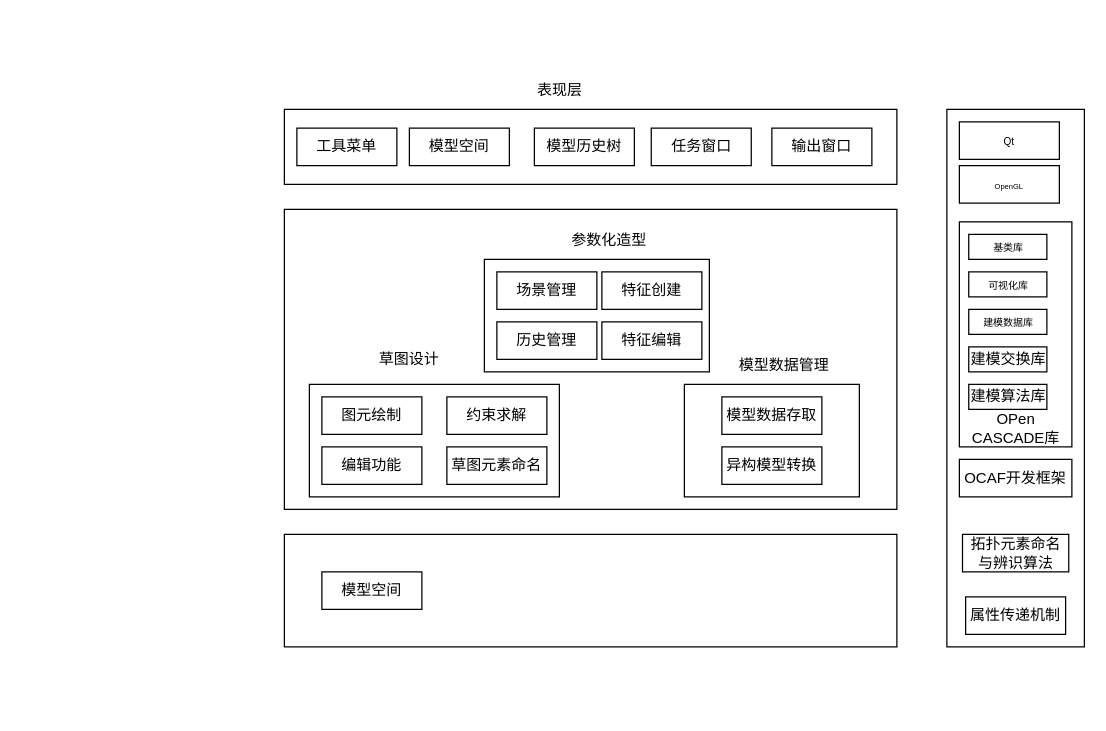
liuhuliuhu123/First-test keeps this draw.io diagram as 系统分层架构图.drawio. Above is the earlier version. Source tidied: cells renumbered, new cells numbered last; positions are measured from the earlier drawing's top-left corner, leaving out a move shared by most shapes. Both pictures are drawn from the tidied source at 125%, with x=0, y=0 at pixel (284, 71).
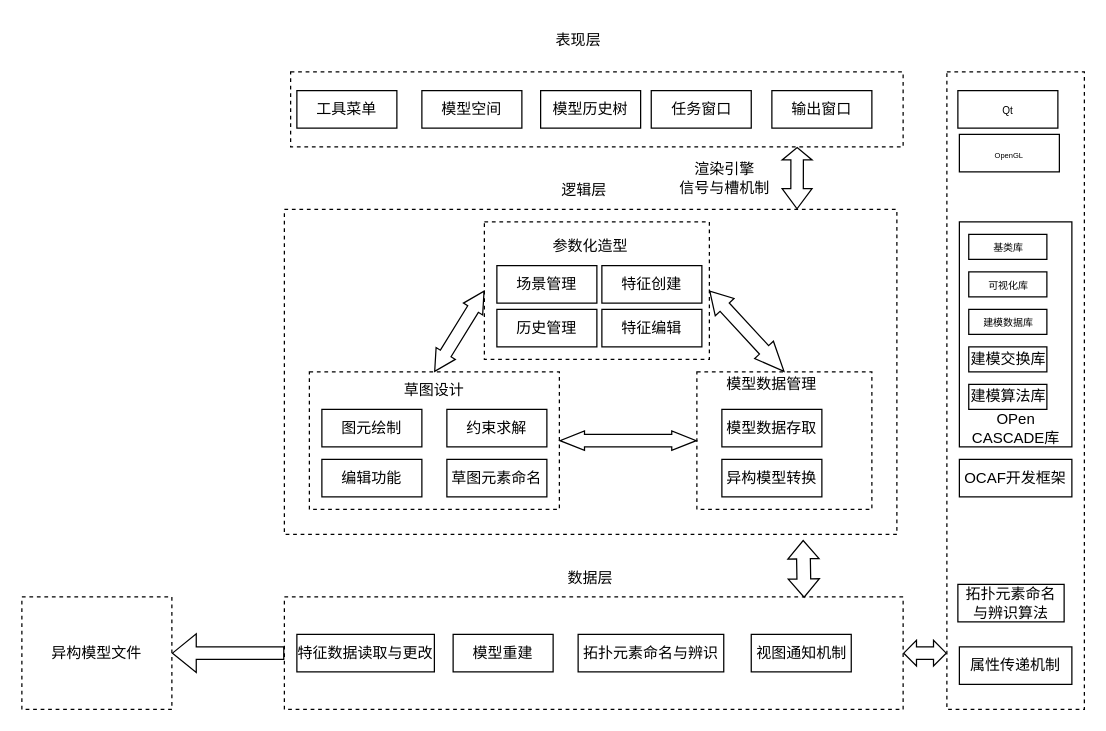
Above is the later version.

Commit message (it also covers changes not shown here):
更新系统分层架构图.drawio

Unchanged cells that the change refers to:
```xml
<mxCell id="34" value="OCAF开发框架" style="rounded=0;whiteSpace=wrap;html=1;" parent="1" vertex="1">
  <mxGeometry x="540" y="310" width="90" height="30" as="geometry" />
</mxCell>
```

The edit, as a diff of the source:
```diff
@@
-    <mxCell id="2" style="rounded=0;whiteSpace=wrap;html=1;" parent="1" vertex="1">
-      <mxGeometry y="30" width="490" height="60" as="geometry" />
+    <mxCell id="2" style="rounded=0;whiteSpace=wrap;html=1;dashed=1;" parent="1" vertex="1">
+      <mxGeometry x="5" width="490" height="60" as="geometry" />
     </mxCell>
-    <mxCell id="3" style="rounded=0;whiteSpace=wrap;html=1;" parent="1" vertex="1">
-      <mxGeometry y="110" width="490" height="240" as="geometry" />
+    <mxCell id="3" style="rounded=0;whiteSpace=wrap;html=1;dashed=1;" parent="1" vertex="1">
+      <mxGeometry y="110" width="490" height="260" as="geometry" />
     </mxCell>
-    <mxCell id="4" style="rounded=0;whiteSpace=wrap;html=1;" parent="1" vertex="1">
-      <mxGeometry y="370" width="490" height="90" as="geometry" />
+    <mxCell id="4" style="rounded=0;whiteSpace=wrap;html=1;dashed=1;" parent="1" vertex="1">
+      <mxGeometry y="420" width="495" height="90" as="geometry" />
     </mxCell>
     <mxCell id="5" value="工具菜单" style="rounded=0;whiteSpace=wrap;html=1;" parent="1" vertex="1">
-      <mxGeometry x="10" y="45" width="80" height="30" as="geometry" />
+      <mxGeometry x="10" y="15" width="80" height="30" as="geometry" />
     </mxCell>
     <mxCell id="6" value="模型空间" style="rounded=0;whiteSpace=wrap;html=1;" parent="1" vertex="1">
-      <mxGeometry x="100" y="45" width="80" height="30" as="geometry" />
+      <mxGeometry x="110" y="15" width="80" height="30" as="geometry" />
     </mxCell>
     <mxCell id="7" value="模型历史树" style="rounded=0;whiteSpace=wrap;html=1;" parent="1" vertex="1">
-      <mxGeometry x="200" y="45" width="80" height="30" as="geometry" />
+      <mxGeometry x="205" y="15" width="80" height="30" as="geometry" />
     </mxCell>
     <mxCell id="8" value="输出窗口" style="rounded=0;whiteSpace=wrap;html=1;" parent="1" vertex="1">
-      <mxGeometry x="390" y="45" width="80" height="30" as="geometry" />
+      <mxGeometry x="390" y="15" width="80" height="30" as="geometry" />
     </mxCell>
     <mxCell id="9" value="任务窗口" style="rounded=0;whiteSpace=wrap;html=1;" parent="1" vertex="1">
-      <mxGeometry x="293.5" y="45" width="80" height="30" as="geometry" />
+      <mxGeometry x="293.5" y="15" width="80" height="30" as="geometry" />
     </mxCell>
-    <mxCell id="10" value="表现层" style="text;html=1;align=center;verticalAlign=middle;strokeColor=none;fillColor=none;" parent="1" vertex="1">
-      <mxGeometry x="190" width="60" height="30" as="geometry" />
+    <mxCell id="10" value="&lt;font style=&quot;font-size: 12px;&quot;&gt;表现&lt;/font&gt;层" style="text;html=1;align=center;verticalAlign=middle;strokeColor=none;fillColor=none;" parent="1" vertex="1">
+      <mxGeometry x="205" y="-40" width="60" height="30" as="geometry" />
     </mxCell>
-    <mxCell id="11" style="rounded=0;whiteSpace=wrap;html=1;" parent="1" vertex="1">
-      <mxGeometry x="160" y="150" width="180" height="90" as="geometry" />
+    <mxCell id="11" style="rounded=0;whiteSpace=wrap;html=1;dashed=1;" parent="1" vertex="1">
+      <mxGeometry x="160" y="120" width="180" height="110" as="geometry" />
     </mxCell>
     <mxCell id="12" value="场景管理" style="rounded=0;whiteSpace=wrap;html=1;" parent="1" vertex="1">
-      <mxGeometry x="170" y="160" width="80" height="30" as="geometry" />
+      <mxGeometry x="170" y="155" width="80" height="30" as="geometry" />
     </mxCell>
     <mxCell id="13" value="历史管理" style="rounded=0;whiteSpace=wrap;html=1;" parent="1" vertex="1">
-      <mxGeometry x="170" y="200" width="80" height="30" as="geometry" />
+      <mxGeometry x="170" y="190" width="80" height="30" as="geometry" />
     </mxCell>
     <mxCell id="14" value="特征创建" style="rounded=0;whiteSpace=wrap;html=1;" parent="1" vertex="1">
-      <mxGeometry x="254" y="160" width="80" height="30" as="geometry" />
+      <mxGeometry x="254" y="155" width="80" height="30" as="geometry" />
     </mxCell>
     <mxCell id="15" value="特征编辑" style="rounded=0;whiteSpace=wrap;html=1;" parent="1" vertex="1">
-      <mxGeometry x="254" y="200" width="80" height="30" as="geometry" />
+      <mxGeometry x="254" y="190" width="80" height="30" as="geometry" />
     </mxCell>
-    <mxCell id="16" style="rounded=0;whiteSpace=wrap;html=1;" parent="1" vertex="1">
-      <mxGeometry x="20" y="250" width="200" height="90" as="geometry" />
+    <mxCell id="16" style="rounded=0;whiteSpace=wrap;html=1;dashed=1;" parent="1" vertex="1">
+      <mxGeometry x="20" y="240" width="200" height="110" as="geometry" />
     </mxCell>
-    <mxCell id="17" style="rounded=0;whiteSpace=wrap;html=1;" parent="1" vertex="1">
-      <mxGeometry x="320" y="250" width="140" height="90" as="geometry" />
+    <mxCell id="17" style="rounded=0;whiteSpace=wrap;html=1;dashed=1;" parent="1" vertex="1">
+      <mxGeometry x="330" y="240" width="140" height="110" as="geometry" />
     </mxCell>
     <mxCell id="18" value="图元绘制" style="rounded=0;whiteSpace=wrap;html=1;" parent="1" vertex="1">
-      <mxGeometry x="30" y="260" width="80" height="30" as="geometry" />
+      <mxGeometry x="30" y="270" width="80" height="30" as="geometry" />
     </mxCell>
     <mxCell id="19" value="约束求解" style="rounded=0;whiteSpace=wrap;html=1;" parent="1" vertex="1">
-      <mxGeometry x="130" y="260" width="80" height="30" as="geometry" />
+      <mxGeometry x="130" y="270" width="80" height="30" as="geometry" />
     </mxCell>
     <mxCell id="20" value="编辑功能" style="rounded=0;whiteSpace=wrap;html=1;" parent="1" vertex="1">
-      <mxGeometry x="30" y="300" width="80" height="30" as="geometry" />
+      <mxGeometry x="30" y="310" width="80" height="30" as="geometry" />
     </mxCell>
     <mxCell id="21" value="草图元素命名" style="rounded=0;whiteSpace=wrap;html=1;" parent="1" vertex="1">
-      <mxGeometry x="130" y="300" width="80" height="30" as="geometry" />
+      <mxGeometry x="130" y="310" width="80" height="30" as="geometry" />
     </mxCell>
     <mxCell id="22" value="模型数据存取" style="rounded=0;whiteSpace=wrap;html=1;" parent="1" vertex="1">
-      <mxGeometry x="350" y="260" width="80" height="30" as="geometry" />
+      <mxGeometry x="350" y="270" width="80" height="30" as="geometry" />
     </mxCell>
     <mxCell id="23" value="异构模型转换" style="rounded=0;whiteSpace=wrap;html=1;" parent="1" vertex="1">
-      <mxGeometry x="350" y="300" width="80" height="30" as="geometry" />
+      <mxGeometry x="350" y="310" width="80" height="30" as="geometry" />
     </mxCell>
-    <mxCell id="24" value="模型空间" style="rounded=0;whiteSpace=wrap;html=1;" parent="1" vertex="1">
-      <mxGeometry x="30" y="400" width="80" height="30" as="geometry" />
-    </mxCell>
-    <mxCell id="25" style="rounded=0;whiteSpace=wrap;html=1;" parent="1" vertex="1">
-      <mxGeometry x="530" y="30" width="110" height="430" as="geometry" />
+    <mxCell id="25" style="rounded=0;whiteSpace=wrap;html=1;dashed=1;" parent="1" vertex="1">
+      <mxGeometry x="530" width="110" height="510" as="geometry" />
     </mxCell>
     <mxCell id="26" value="&lt;font style=&quot;font-size: 8px;&quot;&gt;Qt&lt;/font&gt;" style="rounded=0;whiteSpace=wrap;html=1;" parent="1" vertex="1">
-      <mxGeometry x="540" y="40" width="80" height="30" as="geometry" />
+      <mxGeometry x="538.8" y="15" width="80" height="30" as="geometry" />
     </mxCell>
     <mxCell id="27" value="&lt;font style=&quot;font-size: 6px;&quot;&gt;OpenGL&lt;/font&gt;" style="rounded=0;whiteSpace=wrap;html=1;" parent="1" vertex="1">
-      <mxGeometry x="540" y="75" width="80" height="30" as="geometry" />
+      <mxGeometry x="540" y="50" width="80" height="30" as="geometry" />
     </mxCell>
@@
     <mxCell id="35" value="拓扑元素命名与辨识算法" style="rounded=0;whiteSpace=wrap;html=1;" parent="1" vertex="1">
-      <mxGeometry x="542.5" y="370" width="85" height="30" as="geometry" />
+      <mxGeometry x="538.8" y="410" width="85" height="30" as="geometry" />
     </mxCell>
     <mxCell id="36" value="属性传递机制" style="rounded=0;whiteSpace=wrap;html=1;" parent="1" vertex="1">
-      <mxGeometry x="545" y="420" width="80" height="30" as="geometry" />
+      <mxGeometry x="540" y="460" width="90" height="30" as="geometry" />
     </mxCell>
@@
     <mxCell id="38" value="草图设计" style="text;html=1;strokeColor=none;fillColor=none;align=center;verticalAlign=middle;whiteSpace=wrap;rounded=0;" parent="1" vertex="1">
-      <mxGeometry x="70" y="215" width="60" height="30" as="geometry" />
+      <mxGeometry x="90" y="240" width="60" height="30" as="geometry" />
     </mxCell>
     <mxCell id="39" value="模型数据管理" style="text;html=1;strokeColor=none;fillColor=none;align=center;verticalAlign=middle;whiteSpace=wrap;rounded=0;" parent="1" vertex="1">
-      <mxGeometry x="360" y="220" width="80" height="30" as="geometry" />
+      <mxGeometry x="350" y="235" width="80" height="30" as="geometry" />
     </mxCell>
     <mxCell id="40" value="参数化造型" style="text;html=1;strokeColor=none;fillColor=none;align=center;verticalAlign=middle;whiteSpace=wrap;rounded=0;" parent="1" vertex="1">
-      <mxGeometry x="220" y="120" width="80" height="30" as="geometry" />
+      <mxGeometry x="205" y="125" width="80" height="30" as="geometry" />
     </mxCell>
+    <mxCell id="41" style="shape=flexArrow;endArrow=classic;startArrow=classic;html=1;rounded=0;exitX=0.5;exitY=0;exitDx=0;exitDy=0;entryX=0;entryY=0.5;entryDx=0;entryDy=0;startWidth=7.0588235294117645;startSize=5.2705882352941185;endWidth=7.0588235294117645;endSize=5.2705882352941185;" parent="1" edge="1" source="16" target="11">
+      <mxGeometry relative="1" as="geometry" />
+    </mxCell>
+    <mxCell id="42" style="shape=flexArrow;endArrow=classic;startArrow=classic;html=1;rounded=0;exitX=1;exitY=0.5;exitDx=0;exitDy=0;entryX=0;entryY=0.5;entryDx=0;entryDy=0;endWidth=4.705882352941177;endSize=6.199999999999999;startWidth=4.705882352941177;startSize=6.199999999999999;" parent="1" edge="1" source="16" target="17">
+      <mxGeometry relative="1" as="geometry" />
+    </mxCell>
+    <mxCell id="43" style="shape=flexArrow;endArrow=classic;startArrow=classic;html=1;rounded=0;exitX=0.5;exitY=0;exitDx=0;exitDy=0;entryX=1;entryY=0.5;entryDx=0;entryDy=0;endWidth=9.411764705882353;endSize=5.5058823529411764;startWidth=9.411764705882353;startSize=7.4941176470588236;" parent="1" edge="1" source="17" target="11">
+      <mxGeometry relative="1" as="geometry" />
+    </mxCell>
+    <mxCell id="44" value="逻辑层" style="text;html=1;strokeColor=none;fillColor=none;align=center;verticalAlign=middle;whiteSpace=wrap;rounded=0;" parent="1" vertex="1">
+      <mxGeometry x="210" y="80" width="60" height="30" as="geometry" />
+    </mxCell>
+    <mxCell id="45" style="shape=flexArrow;endArrow=classic;startArrow=classic;html=1;rounded=0;entryX=0.827;entryY=1;entryDx=0;entryDy=0;entryPerimeter=0;exitX=0.837;exitY=0;exitDx=0;exitDy=0;exitPerimeter=0;endWidth=12.941176470588236;endSize=2.988235294117647;startWidth=12.941176470588236;startSize=5.047058823529412;" parent="1" edge="1" source="3" target="2">
+      <mxGeometry relative="1" as="geometry" />
+    </mxCell>
+    <mxCell id="46" style="shape=flexArrow;endArrow=classic;startArrow=classic;html=1;rounded=0;entryX=0.847;entryY=1.017;entryDx=0;entryDy=0;entryPerimeter=0;exitX=0.84;exitY=0.009;exitDx=0;exitDy=0;exitPerimeter=0;width=11;endSize=4.552941176470588;endWidth=12.941176470588236;startWidth=12.941176470588236;startSize=4.552941176470588;" parent="1" edge="1" source="4" target="3">
+      <mxGeometry relative="1" as="geometry" />
+    </mxCell>
+    <mxCell id="47" value="渲染引擎&lt;br&gt;信号与槽机制" style="text;html=1;strokeColor=none;fillColor=none;align=center;verticalAlign=middle;whiteSpace=wrap;rounded=0;" parent="1" vertex="1">
+      <mxGeometry x="315" y="70" width="75" height="30" as="geometry" />
+    </mxCell>
+    <mxCell id="48" style="edgeStyle=orthogonalEdgeStyle;rounded=0;orthogonalLoop=1;jettySize=auto;html=1;exitX=0.5;exitY=1;exitDx=0;exitDy=0;" parent="1" edge="1" source="34" target="34">
+      <mxGeometry relative="1" as="geometry" />
+    </mxCell>
+    <mxCell id="49" value="数据层" style="text;html=1;strokeColor=none;fillColor=none;align=center;verticalAlign=middle;whiteSpace=wrap;rounded=0;" parent="1" vertex="1">
+      <mxGeometry x="215" y="390" width="60" height="30" as="geometry" />
+    </mxCell>
+    <mxCell id="50" style="shape=flexArrow;endArrow=classic;startArrow=classic;html=1;rounded=0;endWidth=9.655172413793103;endSize=3.0620689655172417;startWidth=9.655172413793103;startSize=3.0620689655172417;exitX=1;exitY=0.5;exitDx=0;exitDy=0;" parent="1" edge="1" source="4">
+      <mxGeometry relative="1" as="geometry">
+        <mxPoint x="530" y="465" as="targetPoint" />
+      </mxGeometry>
+    </mxCell>
+    <mxCell id="51" value="特征数据读取与更改" style="rounded=0;whiteSpace=wrap;html=1;" parent="1" vertex="1">
+      <mxGeometry x="10" y="450" width="110" height="30" as="geometry" />
+    </mxCell>
+    <mxCell id="52" value="视图通知机制" style="rounded=0;whiteSpace=wrap;html=1;" parent="1" vertex="1">
+      <mxGeometry x="373.5" y="450" width="80" height="30" as="geometry" />
+    </mxCell>
+    <mxCell id="53" value="模型重建" style="rounded=0;whiteSpace=wrap;html=1;" parent="1" vertex="1">
+      <mxGeometry x="135" y="450" width="80" height="30" as="geometry" />
+    </mxCell>
+    <mxCell id="54" value="拓扑元素命名与辨识" style="rounded=0;whiteSpace=wrap;html=1;" parent="1" vertex="1">
+      <mxGeometry x="235" y="450" width="116.5" height="30" as="geometry" />
+    </mxCell>
+    <mxCell id="55" style="shape=flexArrow;endArrow=classic;html=1;rounded=0;exitX=0;exitY=0.5;exitDx=0;exitDy=0;" parent="1" edge="1" source="4" target="56">
+      <mxGeometry relative="1" as="geometry" />
+    </mxCell>
+    <mxCell id="56" value="异构模型文件" style="rounded=0;whiteSpace=wrap;html=1;dashed=1;" parent="1" vertex="1">
+      <mxGeometry x="-210" y="420" width="120" height="90" as="geometry" />
+    </mxCell>
```
